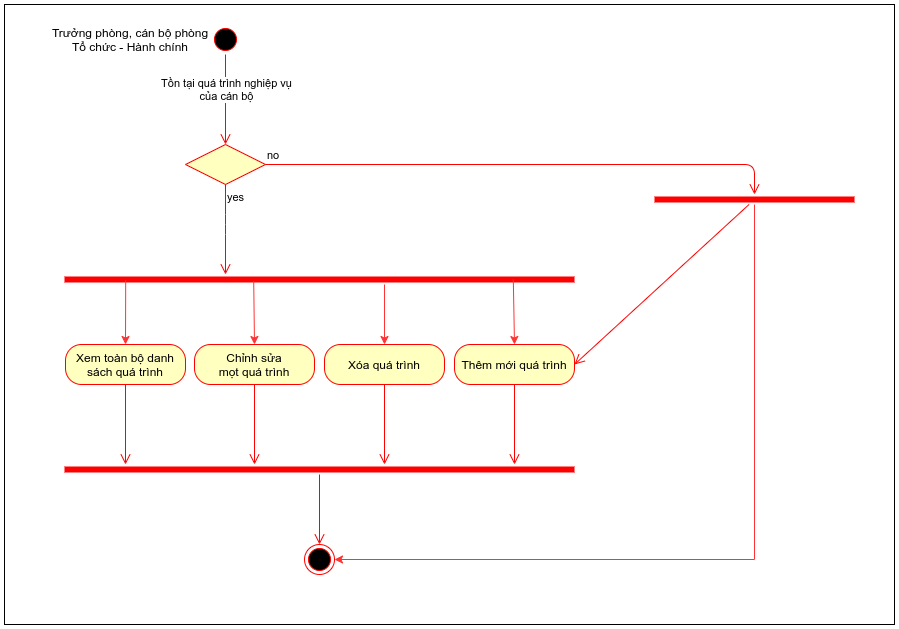
The draw.io diagram img/UML/TchcStaff/activityQuanLyQT.png in namgold/LVTN_REPORT, before a commit. Source tidied: cells renumbered, new cells last; positions are measured from the earlier drawing's top-left corner, leaving out a move shared by most shapes.
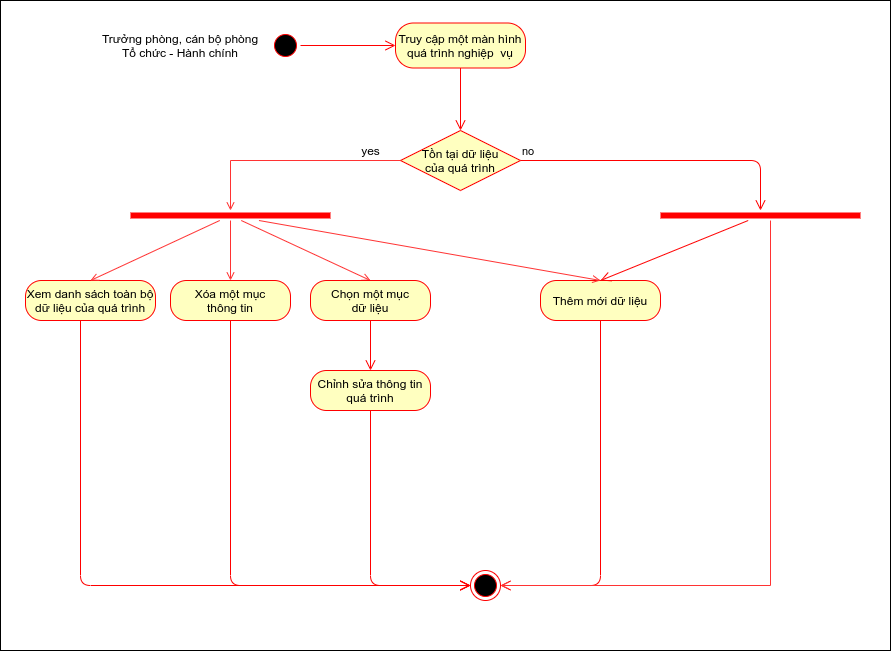
Later version of the same file.

The edit, as a diff of the source:
```diff
@@ -3,106 +3,111 @@
     <mxCell id="0" />
     <mxCell id="1" parent="0" />
     <mxCell id="2" style="ellipse;html=1;shape=startState;fillColor=#000000;strokeColor=#ff0000;" parent="1" vertex="1">
-      <mxGeometry x="206" y="20" width="30" height="30" as="geometry" />
+      <mxGeometry x="50" y="20" width="30" height="30" as="geometry" />
     </mxCell>
-    <mxCell id="3" style="edgeStyle=orthogonalEdgeStyle;html=1;verticalAlign=bottom;endArrow=open;endSize=8;strokeColor=#ff0000;" parent="1" edge="1" source="2">
-      <mxGeometry relative="1" as="geometry">
-        <mxPoint x="221" y="140" as="targetPoint" />
-      </mxGeometry>
+    <mxCell id="3" style="edgeStyle=orthogonalEdgeStyle;html=1;verticalAlign=bottom;endArrow=open;endSize=8;strokeColor=#ff0000;entryX=0;entryY=0.5;entryDx=0;entryDy=0;" parent="1" edge="1" source="2" target="31">
+      <mxGeometry relative="1" as="geometry" />
     </mxCell>
-    <mxCell id="4" value="Tồn tại quá trình nghiệp vụ&lt;br&gt;của cán bộ" style="edgeLabel;html=1;align=center;verticalAlign=middle;" parent="3" vertex="1">
-      <mxGeometry x="-0.23" relative="1" as="geometry" />
-    </mxCell>
     <mxCell id="5" value="Trưởng phòng, cán bộ phòng Tổ chức - Hành chính" style="text;html=1;strokeColor=none;fillColor=none;align=center;verticalAlign=middle;whiteSpace=wrap;rounded=0;" parent="1" vertex="1">
-      <mxGeometry x="46" y="25" width="160" height="20" as="geometry" />
+      <mxGeometry x="-120" y="25" width="160" height="20" as="geometry" />
     </mxCell>
+    <mxCell id="29" style="edgeStyle=orthogonalEdgeStyle;rounded=0;jettySize=auto;html=1;exitX=0;exitY=0.5;exitDx=0;exitDy=0;endArrow=open;endFill=0;strokeColor=#FF3333;entryX=0.5;entryY=0;entryDx=0;entryDy=0;entryPerimeter=0;" parent="1" edge="1" source="6" target="37">
+      <mxGeometry relative="1" as="geometry" />
+    </mxCell>
-    <mxCell id="6" style="rhombus;whiteSpace=wrap;html=1;fillColor=#ffffc0;strokeColor=#ff0000;" parent="1" vertex="1">
-      <mxGeometry x="181" y="140" width="80" height="40" as="geometry" />
+    <mxCell id="6" value="Tồn tại dữ liệu&lt;br&gt;của quá trình" style="rhombus;whiteSpace=wrap;html=1;fillColor=#ffffc0;strokeColor=#ff0000;" parent="1" vertex="1">
+      <mxGeometry x="180" y="120" width="120" height="60" as="geometry" />
     </mxCell>
     <mxCell id="7" value="no" style="edgeStyle=orthogonalEdgeStyle;html=1;align=left;verticalAlign=bottom;endArrow=open;endSize=8;strokeColor=#ff0000;" parent="1" edge="1" source="6" target="26">
       <mxGeometry x="-1" relative="1" as="geometry" />
     </mxCell>
-    <mxCell id="8" value="yes" style="edgeStyle=orthogonalEdgeStyle;html=1;align=left;verticalAlign=top;endArrow=open;endSize=8;strokeColor=#ff0000;" parent="1" edge="1" source="6" target="9">
-      <mxGeometry x="-1" relative="1" as="geometry">
-        <Array as="points">
-          <mxPoint x="221" y="220" />
-          <mxPoint x="220" y="220" />
-        </Array>
-      </mxGeometry>
-    </mxCell>
-    <mxCell id="9" style="shape=line;html=1;strokeWidth=6;strokeColor=#ff0000;" parent="1" vertex="1">
-      <mxGeometry x="60" y="270" width="510" height="10" as="geometry" />
-    </mxCell>
-    <mxCell id="10" value="Xem toàn bộ danh sách quá trình" style="rounded=1;whiteSpace=wrap;html=1;arcSize=40;fontColor=#000000;fillColor=#ffffc0;strokeColor=#ff0000;" parent="1" vertex="1">
-      <mxGeometry x="61" y="340" width="120" height="40" as="geometry" />
+    <mxCell id="10" value="Xem danh sách toàn bộ dữ liệu của quá trình" style="rounded=1;whiteSpace=wrap;html=1;arcSize=40;fontColor=#000000;fillColor=#ffffc0;strokeColor=#ff0000;" parent="1" vertex="1">
+      <mxGeometry x="-195" y="270" width="130" height="40" as="geometry" />
     </mxCell>
-    <mxCell id="11" style="edgeStyle=orthogonalEdgeStyle;html=1;verticalAlign=bottom;endArrow=open;endSize=8;strokeColor=#ff0000;" parent="1" edge="1" source="10">
+    <mxCell id="11" style="edgeStyle=orthogonalEdgeStyle;html=1;verticalAlign=bottom;endArrow=open;endSize=8;strokeColor=#ff0000;entryX=0;entryY=0.5;entryDx=0;entryDy=0;" parent="1" edge="1" source="10" target="40">
       <mxGeometry relative="1" as="geometry">
-        <mxPoint x="121" y="460" as="targetPoint" />
+        <Array as="points">
+          <mxPoint x="-140" y="575" />
+        </Array>
       </mxGeometry>
     </mxCell>
-    <mxCell id="12" value="Chỉnh sửa&lt;br&gt;mọt quá trình" style="rounded=1;whiteSpace=wrap;html=1;arcSize=40;fontColor=#000000;fillColor=#ffffc0;strokeColor=#ff0000;" parent="1" vertex="1">
-      <mxGeometry x="190" y="340" width="120" height="40" as="geometry" />
+    <mxCell id="12" value="Chỉnh sửa thông tin quá trình" style="rounded=1;whiteSpace=wrap;html=1;arcSize=40;fontColor=#000000;fillColor=#ffffc0;strokeColor=#ff0000;" parent="1" vertex="1">
+      <mxGeometry x="90" y="360" width="120" height="40" as="geometry" />
     </mxCell>
-    <mxCell id="13" style="edgeStyle=orthogonalEdgeStyle;html=1;verticalAlign=bottom;endArrow=open;endSize=8;strokeColor=#ff0000;" parent="1" edge="1" source="12">
+    <mxCell id="13" style="edgeStyle=orthogonalEdgeStyle;html=1;verticalAlign=bottom;endArrow=open;endSize=8;strokeColor=#ff0000;entryX=0;entryY=0.5;entryDx=0;entryDy=0;" parent="1" edge="1" source="12" target="40">
       <mxGeometry relative="1" as="geometry">
-        <mxPoint x="250" y="460" as="targetPoint" />
+        <Array as="points">
+          <mxPoint x="150" y="575" />
+        </Array>
       </mxGeometry>
     </mxCell>
-    <mxCell id="14" value="Xóa quá trình" style="rounded=1;whiteSpace=wrap;html=1;arcSize=40;fontColor=#000000;fillColor=#ffffc0;strokeColor=#ff0000;" parent="1" vertex="1">
-      <mxGeometry x="320" y="340" width="120" height="40" as="geometry" />
+    <mxCell id="14" value="Xóa một mục&lt;br&gt;thông tin" style="rounded=1;whiteSpace=wrap;html=1;arcSize=40;fontColor=#000000;fillColor=#ffffc0;strokeColor=#ff0000;" parent="1" vertex="1">
+      <mxGeometry x="-50" y="270" width="120" height="40" as="geometry" />
     </mxCell>
-    <mxCell id="15" style="edgeStyle=orthogonalEdgeStyle;html=1;verticalAlign=bottom;endArrow=open;endSize=8;strokeColor=#ff0000;" parent="1" edge="1" source="14">
+    <mxCell id="15" style="edgeStyle=orthogonalEdgeStyle;html=1;verticalAlign=bottom;endArrow=open;endSize=8;strokeColor=#ff0000;entryX=0;entryY=0.5;entryDx=0;entryDy=0;" parent="1" edge="1" source="14" target="40">
       <mxGeometry relative="1" as="geometry">
-        <mxPoint x="380" y="460" as="targetPoint" />
+        <Array as="points">
+          <mxPoint x="10" y="575" />
+        </Array>
       </mxGeometry>
     </mxCell>
-    <mxCell id="16" value="Thêm mới quá trình" style="rounded=1;whiteSpace=wrap;html=1;arcSize=40;fontColor=#000000;fillColor=#ffffc0;strokeColor=#ff0000;" parent="1" vertex="1">
-      <mxGeometry x="450" y="340" width="120" height="40" as="geometry" />
+    <mxCell id="16" value="Thêm mới dữ liệu" style="rounded=1;whiteSpace=wrap;html=1;arcSize=40;fontColor=#000000;fillColor=#ffffc0;strokeColor=#ff0000;" parent="1" vertex="1">
+      <mxGeometry x="320" y="270" width="120" height="40" as="geometry" />
     </mxCell>
-    <mxCell id="17" style="edgeStyle=orthogonalEdgeStyle;html=1;verticalAlign=bottom;endArrow=open;endSize=8;strokeColor=#ff0000;" parent="1" edge="1" source="16">
+    <mxCell id="17" style="edgeStyle=orthogonalEdgeStyle;html=1;verticalAlign=bottom;endArrow=open;endSize=8;strokeColor=#ff0000;entryX=1;entryY=0.5;entryDx=0;entryDy=0;" parent="1" edge="1" source="16" target="40">
       <mxGeometry relative="1" as="geometry">
-        <mxPoint x="510" y="460" as="targetPoint" />
+        <Array as="points">
+          <mxPoint x="380" y="575" />
+        </Array>
       </mxGeometry>
     </mxCell>
-    <mxCell id="18" style="endArrow=classic;html=1;strokeColor=#FF3333;entryX=0.5;entryY=0;entryDx=0;entryDy=0;exitX=0.12;exitY=0.595;exitDx=0;exitDy=0;exitPerimeter=0;" parent="1" edge="1" source="9" target="10">
-      <mxGeometry relative="1" as="geometry" />
-    </mxCell>
-    <mxCell id="19" style="endArrow=classic;html=1;strokeColor=#FF3333;entryX=0.5;entryY=0;entryDx=0;entryDy=0;exitX=0.371;exitY=0.69;exitDx=0;exitDy=0;exitPerimeter=0;" parent="1" edge="1" source="9" target="12">
-      <mxGeometry relative="1" as="geometry" />
-    </mxCell>
-    <mxCell id="20" style="endArrow=classic;html=1;strokeColor=#FF3333;entryX=0.5;entryY=0;entryDx=0;entryDy=0;" parent="1" edge="1" target="14">
-      <mxGeometry relative="1" as="geometry">
-        <mxPoint x="380" y="280" as="sourcePoint" />
-      </mxGeometry>
-    </mxCell>
-    <mxCell id="21" style="endArrow=classic;html=1;strokeColor=#FF3333;entryX=0.5;entryY=0;entryDx=0;entryDy=0;exitX=0.88;exitY=0.5;exitDx=0;exitDy=0;exitPerimeter=0;" parent="1" edge="1" source="9" target="16">
-      <mxGeometry relative="1" as="geometry" />
-    </mxCell>
-    <mxCell id="22" style="shape=line;html=1;strokeWidth=6;strokeColor=#ff0000;" parent="1" vertex="1">
-      <mxGeometry x="60" y="460" width="510" height="10" as="geometry" />
-    </mxCell>
-    <mxCell id="23" style="edgeStyle=orthogonalEdgeStyle;html=1;verticalAlign=bottom;endArrow=open;endSize=8;strokeColor=#ff0000;entryX=0.5;entryY=0;entryDx=0;entryDy=0;" parent="1" edge="1" source="22" target="24">
-      <mxGeometry relative="1" as="geometry" />
-    </mxCell>
-    <mxCell id="24" style="ellipse;html=1;shape=endState;fillColor=#000000;strokeColor=#ff0000;" parent="1" vertex="1">
-      <mxGeometry x="300" y="540" width="30" height="30" as="geometry" />
-    </mxCell>
-    <mxCell id="25" style="edgeStyle=orthogonalEdgeStyle;rounded=0;jettySize=auto;html=1;entryX=1;entryY=0.5;entryDx=0;entryDy=0;strokeColor=#FF3333;" parent="1" edge="1" source="26" target="24">
-      <mxGeometry relative="1" as="geometry">
-        <Array as="points">
-          <mxPoint x="750" y="555" />
-        </Array>
-      </mxGeometry>
-    </mxCell>
+    <mxCell id="30" style="edgeStyle=orthogonalEdgeStyle;rounded=0;jettySize=auto;html=1;endArrow=open;endFill=0;strokeColor=#FF3333;entryX=1;entryY=0.5;entryDx=0;entryDy=0;" parent="1" edge="1" source="26" target="40">
+      <mxGeometry relative="1" as="geometry">
+        <Array as="points">
+          <mxPoint x="550" y="575" />
+        </Array>
+      </mxGeometry>
+    </mxCell>
     <mxCell id="26" style="shape=line;html=1;strokeWidth=6;strokeColor=#ff0000;" parent="1" vertex="1">
-      <mxGeometry x="650" y="190" width="200" height="10" as="geometry" />
+      <mxGeometry x="440" y="200" width="200" height="10" as="geometry" />
     </mxCell>
-    <mxCell id="27" style="html=1;verticalAlign=bottom;endArrow=open;endSize=8;strokeColor=#ff0000;entryX=1;entryY=0.5;entryDx=0;entryDy=0;" parent="1" edge="1" source="26" target="16">
+    <mxCell id="27" style="html=1;verticalAlign=bottom;endArrow=open;endSize=8;strokeColor=#ff0000;entryX=0.5;entryY=0;entryDx=0;entryDy=0;" parent="1" edge="1" source="26" target="16">
       <mxGeometry relative="1" as="geometry" />
     </mxCell>
-    <mxCell id="28" style="rounded=0;whiteSpace=wrap;html=1;fillColor=none;" parent="1" vertex="1">
-      <mxGeometry width="890" height="620" as="geometry" />
-    </mxCell>
+    <mxCell id="31" value="Truy cập một màn hình quá trình nghiệp&amp;nbsp; vụ" style="rounded=1;whiteSpace=wrap;html=1;arcSize=40;fontColor=#000000;fillColor=#ffffc0;strokeColor=#ff0000;" parent="1" vertex="1">
+      <mxGeometry x="175" y="12.5" width="130" height="45" as="geometry" />
+    </mxCell>
+    <mxCell id="32" style="edgeStyle=orthogonalEdgeStyle;html=1;verticalAlign=bottom;endArrow=open;endSize=8;strokeColor=#ff0000;entryX=0.5;entryY=0;entryDx=0;entryDy=0;" parent="1" edge="1" source="31" target="6">
+      <mxGeometry relative="1" as="geometry" />
+    </mxCell>
+    <mxCell id="33" style="rounded=0;jettySize=auto;html=1;entryX=0.5;entryY=0;entryDx=0;entryDy=0;endArrow=open;endFill=0;strokeColor=#FF3333;" parent="1" edge="1" source="37" target="10">
+      <mxGeometry relative="1" as="geometry" />
+    </mxCell>
+    <mxCell id="34" style="edgeStyle=none;rounded=0;jettySize=auto;html=1;entryX=0.5;entryY=0;entryDx=0;entryDy=0;endArrow=open;endFill=0;strokeColor=#FF3333;" parent="1" edge="1" source="37" target="38">
+      <mxGeometry relative="1" as="geometry" />
+    </mxCell>
+    <mxCell id="35" style="edgeStyle=none;rounded=0;jettySize=auto;html=1;entryX=0.5;entryY=0;entryDx=0;entryDy=0;endArrow=open;endFill=0;strokeColor=#FF3333;" parent="1" edge="1" source="37" target="14">
+      <mxGeometry relative="1" as="geometry" />
+    </mxCell>
+    <mxCell id="36" style="rounded=0;jettySize=auto;html=1;entryX=0.5;entryY=0;entryDx=0;entryDy=0;endArrow=open;endFill=0;strokeColor=#FF3333;" parent="1" edge="1" source="37" target="16">
+      <mxGeometry relative="1" as="geometry" />
+    </mxCell>
+    <mxCell id="37" style="shape=line;html=1;strokeWidth=6;strokeColor=#ff0000;" parent="1" vertex="1">
+      <mxGeometry x="-90" y="200" width="200" height="10" as="geometry" />
+    </mxCell>
+    <mxCell id="38" value="Chọn một mục&lt;br&gt;dữ liệu" style="rounded=1;whiteSpace=wrap;html=1;arcSize=40;fontColor=#000000;fillColor=#ffffc0;strokeColor=#ff0000;" parent="1" vertex="1">
+      <mxGeometry x="90" y="270" width="120" height="40" as="geometry" />
+    </mxCell>
+    <mxCell id="39" style="edgeStyle=orthogonalEdgeStyle;html=1;verticalAlign=bottom;endArrow=open;endSize=8;strokeColor=#ff0000;entryX=0.5;entryY=0;entryDx=0;entryDy=0;" parent="1" edge="1" source="38" target="12">
+      <mxGeometry relative="1" as="geometry" />
+    </mxCell>
+    <mxCell id="8" value="yes" style="text;html=1;align=center;verticalAlign=middle;" parent="1" vertex="1">
+      <mxGeometry x="135" y="130" width="30" height="20" as="geometry" />
+    </mxCell>
+    <mxCell id="40" style="ellipse;html=1;shape=endState;fillColor=#000000;strokeColor=#ff0000;" parent="1" vertex="1">
+      <mxGeometry x="250" y="560" width="30" height="30" as="geometry" />
+    </mxCell>
+    <mxCell id="41" style="rounded=0;whiteSpace=wrap;html=1;fillColor=none;" parent="1" vertex="1">
+      <mxGeometry x="-220" y="-10" width="890" height="650" as="geometry" />
+    </mxCell>
   </root>
 </mxGraphModel>
```
